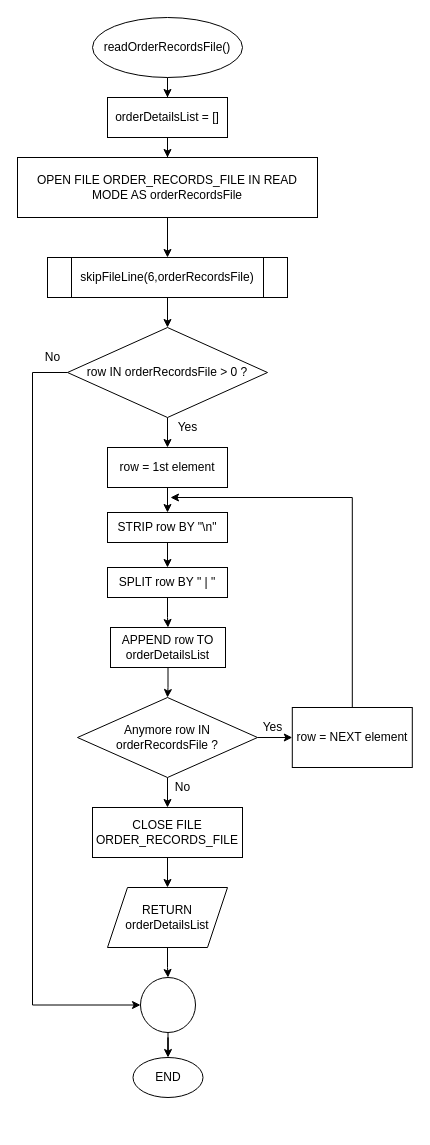
Earlier version of the draw.io diagram page "readAdminDetailsFile" (14 of 42) of Documentation/Flowcharts - Yudhish.drawio (0xYudhishthra/python-assignment). Source tidied: cells renumbered, new cells numbered last; positions are measured from the earlier drawing's top-left corner, leaving out a move shared by most shapes. Both pictures are drawn from the tidied source at 100%, with x=0, y=0 at pixel (17, 17).
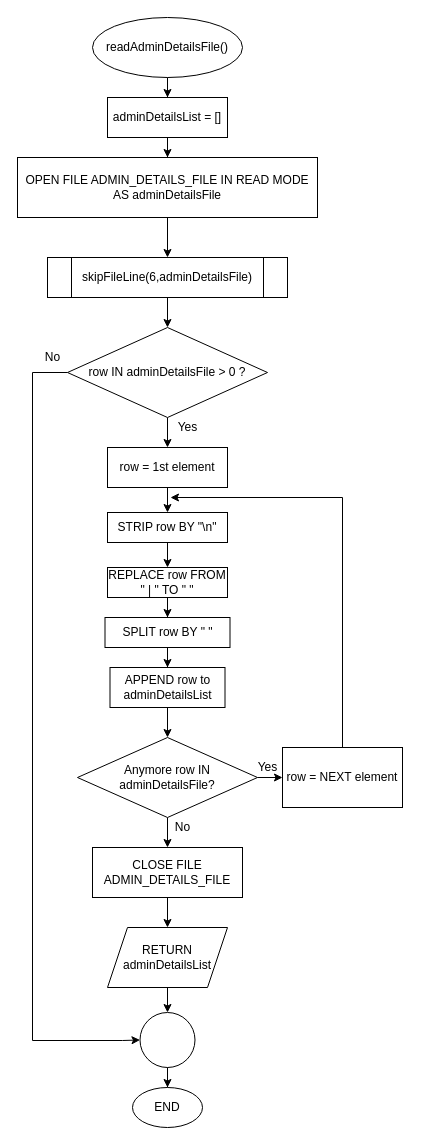
After the change.

The change refers to these unchanged cells:
```xml
<mxCell id="15" value="STRIP row BY &quot;\n&quot;" style="whiteSpace=wrap;html=1;" parent="1" vertex="1">
  <mxGeometry x="90" y="495" width="120" height="30" as="geometry" />
</mxCell>
```

Change to the diagram source:
```diff
@@
-    <mxCell id="3" value="readOrderRecordsFile()" style="ellipse;whiteSpace=wrap;html=1;" parent="1" vertex="1">
+    <mxCell id="3" value="readAdminDetailsFile()" style="ellipse;whiteSpace=wrap;html=1;" parent="1" vertex="1">
       <mxGeometry x="75" width="150" height="60" as="geometry" />
     </mxCell>
@@
-    <mxCell id="5" value="orderDetailsList = []" style="whiteSpace=wrap;html=1;" parent="1" vertex="1">
+    <mxCell id="5" value="adminDetailsList = []" style="whiteSpace=wrap;html=1;" parent="1" vertex="1">
       <mxGeometry x="90" y="80" width="120" height="40" as="geometry" />
     </mxCell>
@@
-    <mxCell id="7" value="OPEN FILE ORDER_RECORDS_FILE IN READ MODE AS orderRecordsFile" style="whiteSpace=wrap;html=1;" parent="1" vertex="1">
+    <mxCell id="7" value="OPEN FILE ADMIN_DETAILS_FILE IN READ MODE AS adminDetailsFile" style="whiteSpace=wrap;html=1;" parent="1" vertex="1">
       <mxGeometry y="140" width="300" height="60" as="geometry" />
     </mxCell>
@@
-    <mxCell id="9" value="skipFileLine(6,orderRecordsFile)" style="shape=process;whiteSpace=wrap;html=1;backgroundOutline=1;" parent="1" vertex="1">
+    <mxCell id="9" value="skipFileLine(6,adminDetailsFile)" style="shape=process;whiteSpace=wrap;html=1;backgroundOutline=1;" parent="1" vertex="1">
       <mxGeometry x="30" y="240" width="240" height="40" as="geometry" />
     </mxCell>
@@
-    <mxCell id="13" value="SPLIT row BY &quot; | &quot;" style="whiteSpace=wrap;html=1;" parent="1" vertex="1">
-      <mxGeometry x="90" y="550" width="120" height="30" as="geometry" />
+    <mxCell id="13" value="SPLIT row BY &quot; &quot;" style="whiteSpace=wrap;html=1;" parent="1" vertex="1">
+      <mxGeometry x="87.5" y="600" width="125" height="30" as="geometry" />
     </mxCell>
-    <mxCell id="14" style="edgeStyle=orthogonalEdgeStyle;rounded=0;jettySize=auto;html=1;entryX=0.5;entryY=0;entryDx=0;entryDy=0;" parent="1" edge="1" source="15" target="13">
-      <mxGeometry relative="1" as="geometry" />
-    </mxCell>
+    <mxCell id="37" style="edgeStyle=orthogonalEdgeStyle;rounded=0;jettySize=auto;html=1;entryX=0.5;entryY=0;entryDx=0;entryDy=0;" parent="1" edge="1" source="15" target="39">
+      <mxGeometry relative="1" as="geometry" />
+    </mxCell>
@@
     <mxCell id="17" style="edgeStyle=orthogonalEdgeStyle;rounded=0;jettySize=auto;html=1;entryX=0;entryY=0.5;entryDx=0;entryDy=0;" parent="1" edge="1" source="18" target="34">
       <mxGeometry relative="1" as="geometry">
         <Array as="points">
           <mxPoint x="15" y="355" />
-          <mxPoint x="15" y="988" />
+          <mxPoint x="15" y="1023" />
+          <mxPoint x="105" y="1023" />
         </Array>
       </mxGeometry>
     </mxCell>
-    <mxCell id="18" value="row IN orderRecordsFile &amp;gt; 0 ?" style="rhombus;whiteSpace=wrap;html=1;" parent="1" vertex="1">
+    <mxCell id="18" value="row IN adminDetailsFile &amp;gt; 0 ?" style="rhombus;whiteSpace=wrap;html=1;" parent="1" vertex="1">
       <mxGeometry x="50" y="310" width="200" height="90" as="geometry" />
     </mxCell>
@@
-    <mxCell id="21" value="APPEND row TO orderDetailsList" style="whiteSpace=wrap;html=1;" parent="1" vertex="1">
-      <mxGeometry x="93" y="610" width="115" height="40" as="geometry" />
+    <mxCell id="21" value="APPEND row to adminDetailsList" style="whiteSpace=wrap;html=1;" parent="1" vertex="1">
+      <mxGeometry x="92.5" y="650" width="115" height="40" as="geometry" />
     </mxCell>
@@
-    <mxCell id="24" value="Anymore row IN orderRecordsFile ?" style="rhombus;whiteSpace=wrap;html=1;" parent="1" vertex="1">
-      <mxGeometry x="60" y="680" width="180" height="80" as="geometry" />
+    <mxCell id="24" value="Anymore row IN adminDetailsFile?" style="rhombus;whiteSpace=wrap;html=1;" parent="1" vertex="1">
+      <mxGeometry x="60" y="720" width="180" height="80" as="geometry" />
     </mxCell>
     <mxCell id="25" style="edgeStyle=orthogonalEdgeStyle;rounded=0;jettySize=auto;html=1;exitX=0.5;exitY=0;exitDx=0;exitDy=0;" parent="1" edge="1" source="26">
       <mxGeometry relative="1" as="geometry">
         <mxPoint x="153" y="480" as="targetPoint" />
         <Array as="points">
-          <mxPoint x="335" y="480" />
-          <mxPoint x="153" y="480" />
+          <mxPoint x="325" y="480" />
         </Array>
       </mxGeometry>
     </mxCell>
     <mxCell id="26" value="row = NEXT element" style="whiteSpace=wrap;html=1;" parent="1" vertex="1">
-      <mxGeometry x="274.8" y="690" width="120" height="60" as="geometry" />
+      <mxGeometry x="265" y="730" width="120" height="60" as="geometry" />
     </mxCell>
     <mxCell id="27" value="Yes" style="text;html=1;align=center;verticalAlign=middle;strokeColor=none;" parent="1" vertex="1">
-      <mxGeometry x="235" y="700" width="40" height="20" as="geometry" />
+      <mxGeometry x="230" y="740" width="40" height="20" as="geometry" />
     </mxCell>
@@
-    <mxCell id="29" value="CLOSE FILE ORDER_RECORDS_FILE" style="whiteSpace=wrap;html=1;" parent="1" vertex="1">
-      <mxGeometry x="75" y="790" width="150" height="50" as="geometry" />
+    <mxCell id="29" value="CLOSE FILE ADMIN_DETAILS_FILE" style="whiteSpace=wrap;html=1;" parent="1" vertex="1">
+      <mxGeometry x="75" y="830" width="150" height="50" as="geometry" />
     </mxCell>
     <mxCell id="30" value="No" style="text;html=1;align=center;verticalAlign=middle;strokeColor=none;" parent="1" vertex="1">
-      <mxGeometry x="150" y="760" width="30" height="20" as="geometry" />
+      <mxGeometry x="150" y="800" width="30" height="20" as="geometry" />
     </mxCell>
@@
-    <mxCell id="32" value="RETURN orderDetailsList" style="shape=parallelogram;perimeter=parallelogramPerimeter;whiteSpace=wrap;html=1;fixedSize=1;" parent="1" vertex="1">
-      <mxGeometry x="90" y="870" width="120" height="60" as="geometry" />
+    <mxCell id="32" value="RETURN adminDetailsList" style="shape=parallelogram;perimeter=parallelogramPerimeter;whiteSpace=wrap;html=1;fixedSize=1;" parent="1" vertex="1">
+      <mxGeometry x="90" y="910" width="120" height="60" as="geometry" />
     </mxCell>
@@
     <mxCell id="34" style="ellipse;whiteSpace=wrap;html=1;" parent="1" vertex="1">
-      <mxGeometry x="123" y="960" width="55" height="55" as="geometry" />
+      <mxGeometry x="122.5" y="995" width="55" height="55" as="geometry" />
     </mxCell>
     <mxCell id="35" value="END" style="ellipse;whiteSpace=wrap;html=1;" parent="1" vertex="1">
-      <mxGeometry x="115.5" y="1040" width="70" height="40" as="geometry" />
+      <mxGeometry x="115" y="1070" width="70" height="40" as="geometry" />
     </mxCell>
@@
+    <mxCell id="38" style="edgeStyle=orthogonalEdgeStyle;rounded=0;jettySize=auto;html=1;" parent="1" edge="1" source="39" target="13">
+      <mxGeometry relative="1" as="geometry" />
+    </mxCell>
+    <mxCell id="39" value="REPLACE row FROM &quot; | &quot; TO &quot; &quot;" style="whiteSpace=wrap;html=1;" parent="1" vertex="1">
+      <mxGeometry x="90" y="550" width="120" height="30" as="geometry" />
+    </mxCell>
```
